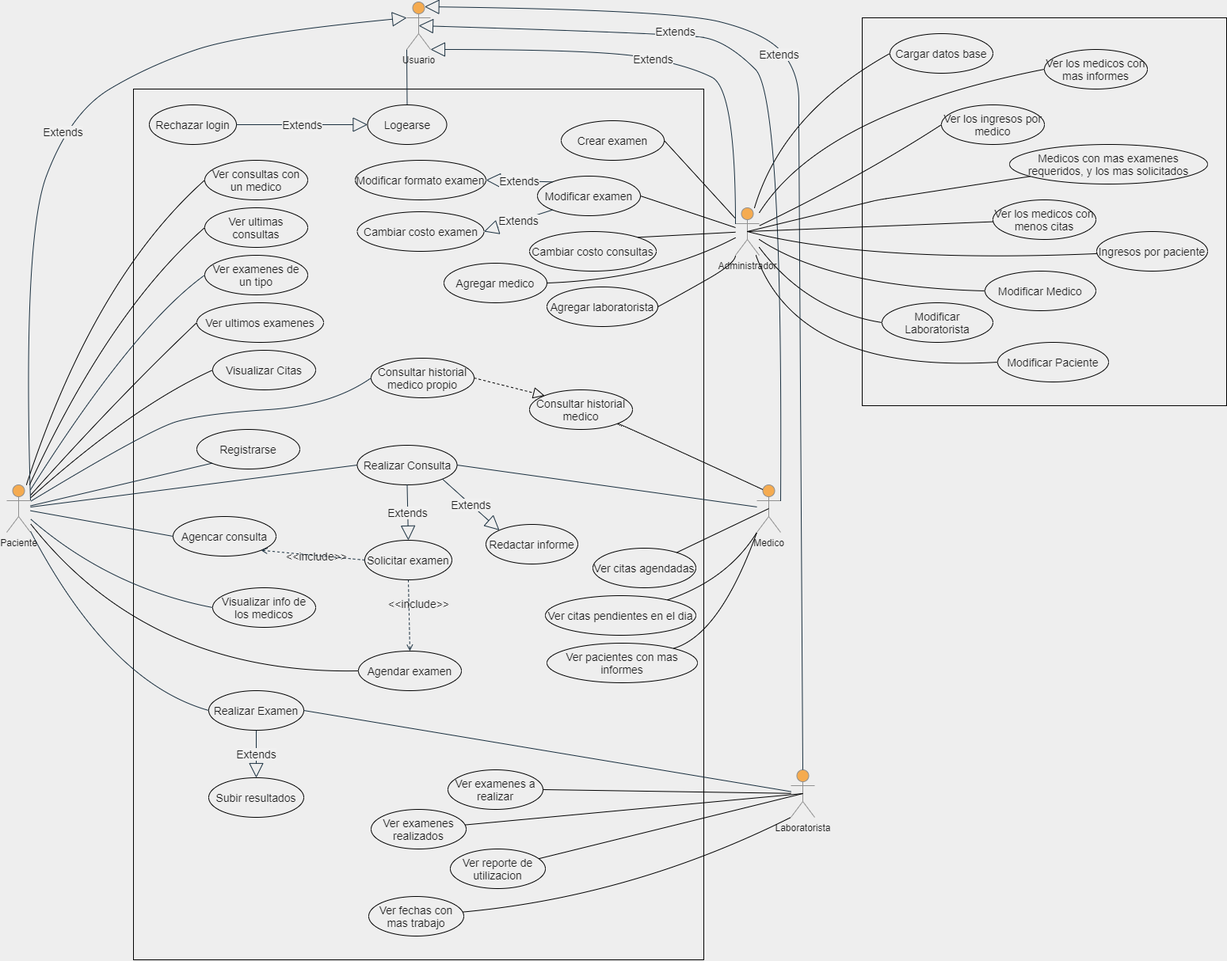
Before: Documentacion/Diagrama Casos de Uso.png, a diagram exported from draw.io (JoelEnriquez/Proyecto2-Hospital---IPC2). Source tidied: cells renumbered, new cells last; positions are measured from the earlier drawing's top-left corner, leaving out a move shared by most shapes.
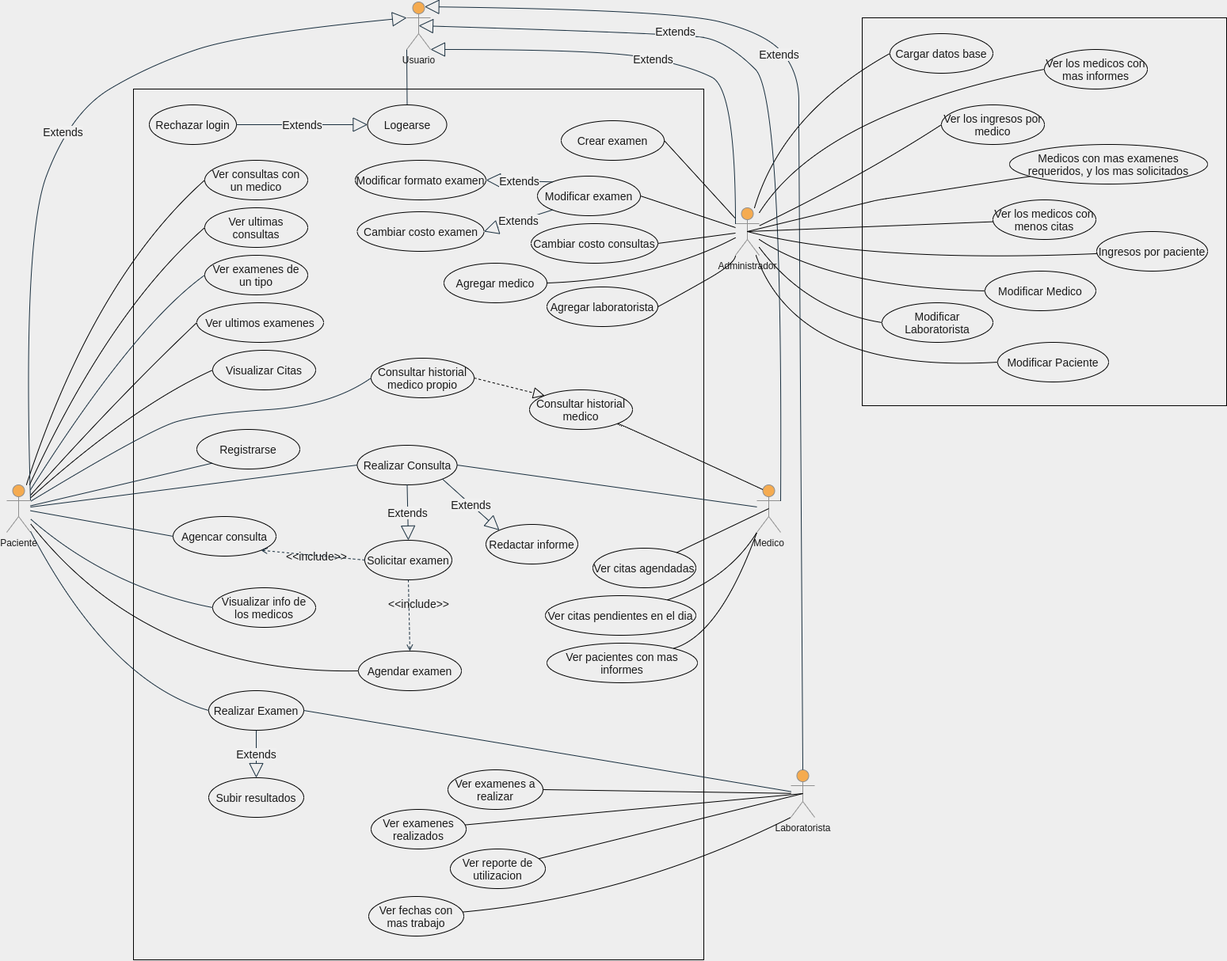
Later version of the same file.

Change to the diagram source:
```diff
@@ -121,7 +121,7 @@
     <mxCell id="25" style="edgeStyle=none;curved=1;sketch=0;jettySize=auto;html=1;entryX=1;entryY=0.5;entryDx=0;entryDy=0;labelBackgroundColor=#F0F0F0;endArrow=none;endFill=0;strokeColor=#000000;fontSize=14;fontColor=#1A1A1A;" parent="1" edge="1" source="33" target="66">
       <mxGeometry relative="1" as="geometry" />
     </mxCell>
-    <mxCell id="26" style="edgeStyle=none;curved=1;sketch=0;jettySize=auto;html=1;entryX=1;entryY=0;entryDx=0;entryDy=0;labelBackgroundColor=#F0F0F0;endArrow=none;endFill=0;strokeColor=#000000;fontSize=14;fontColor=#1A1A1A;" parent="1" edge="1" source="33" target="64">
+    <mxCell id="26" style="edgeStyle=none;curved=1;sketch=0;jettySize=auto;html=1;entryX=1;entryY=0.5;entryDx=0;entryDy=0;labelBackgroundColor=#F0F0F0;endArrow=none;endFill=0;strokeColor=#000000;fontSize=14;fontColor=#1A1A1A;" parent="1" edge="1" source="33" target="64">
       <mxGeometry relative="1" as="geometry" />
     </mxCell>
     <mxCell id="27" style="edgeStyle=none;curved=1;sketch=0;jettySize=auto;html=1;entryX=0;entryY=0.5;entryDx=0;entryDy=0;labelBackgroundColor=#F0F0F0;endArrow=none;endFill=0;strokeColor=#000000;fontSize=14;fontColor=#1A1A1A;" parent="1" edge="1" source="33" target="89">
@@ -291,7 +291,7 @@
       <mxGeometry x="682" y="360" width="140" height="50" as="geometry" />
     </mxCell>
     <mxCell id="64" value="Cambiar costo consultas" style="ellipse;whiteSpace=wrap;html=1;rounded=0;sketch=0;strokeColor=#000000;fontColor=#1A1A1A;fillColor=none;fontSize=14;" parent="1" vertex="1">
-      <mxGeometry x="660" y="290" width="160" height="50" as="geometry" />
+      <mxGeometry x="662" y="280" width="160" height="50" as="geometry" />
     </mxCell>
     <mxCell id="65" value="Modificar formato examen" style="ellipse;whiteSpace=wrap;html=1;rounded=0;sketch=0;strokeColor=#000000;fontColor=#1A1A1A;fillColor=none;fontSize=14;" parent="1" vertex="1">
       <mxGeometry x="440" y="200" width="165" height="50" as="geometry" />
```
